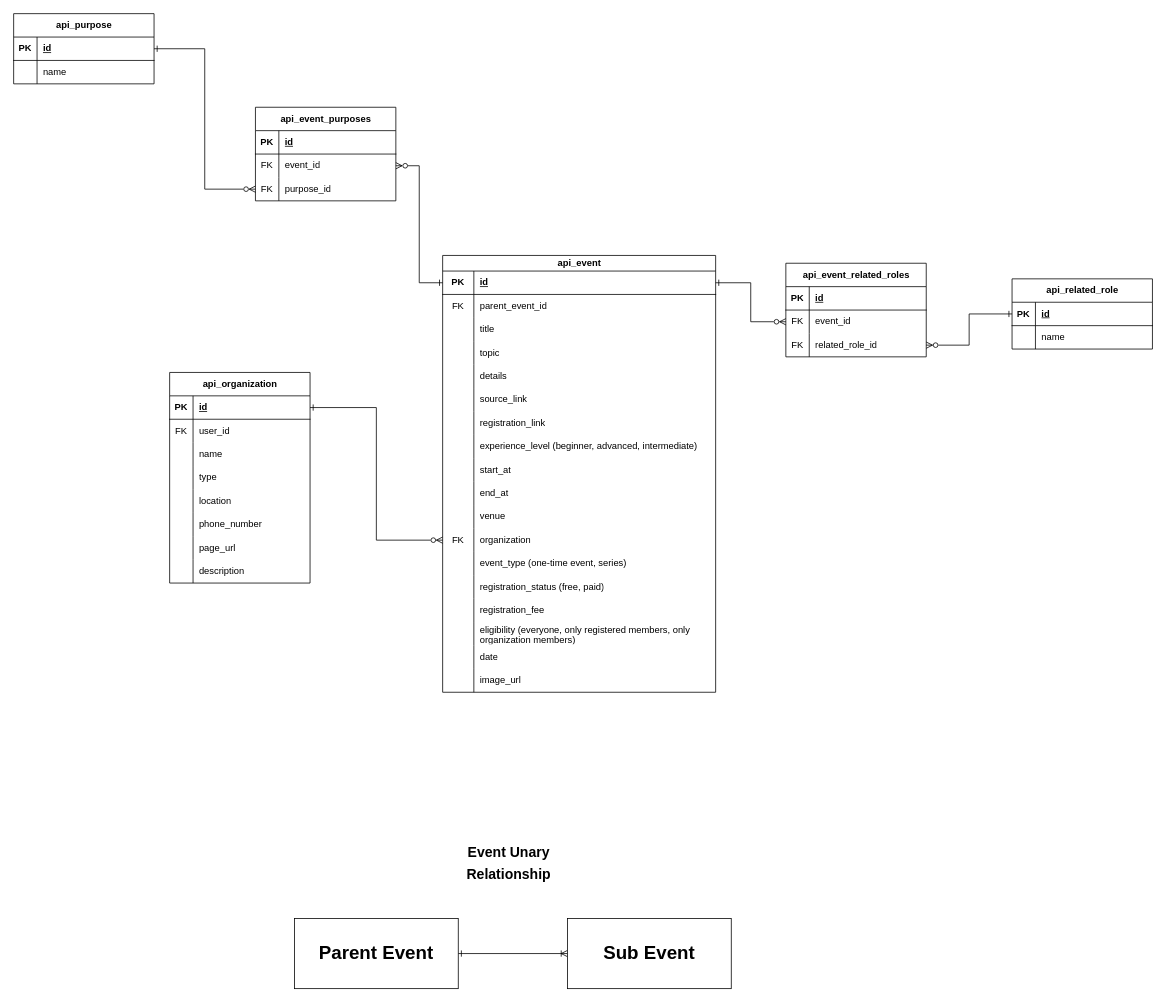
Earlier version of the draw.io diagram page "Events" (1 of 4) of 2Gether.drawio (RHILIUS/drawio). Source tidied: cells renumbered, new cells numbered last; positions are measured from the earlier drawing's top-left corner, leaving out a move shared by most shapes. Both pictures are drawn from the tidied source at 78%, with x=0, y=0 at pixel (13, 13).
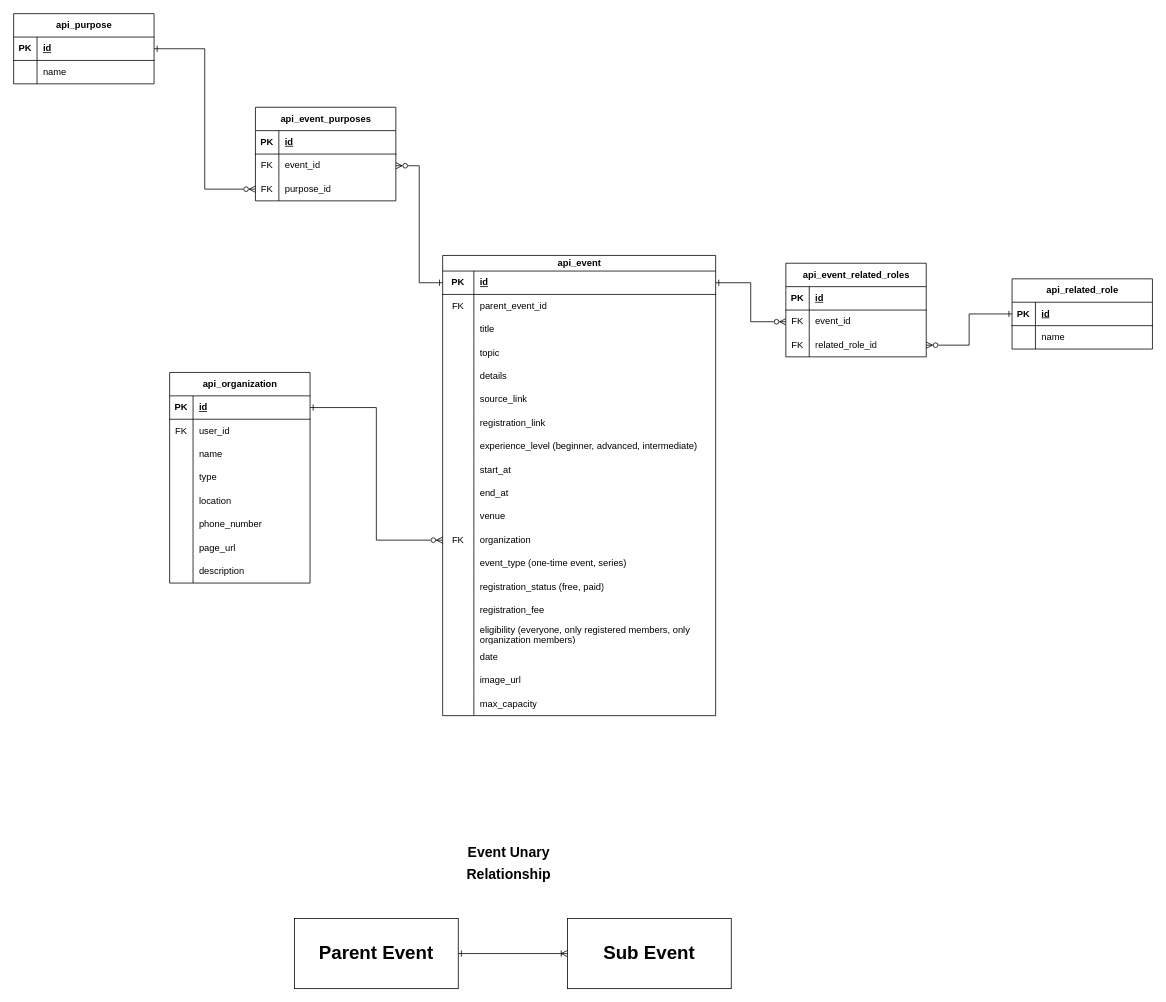
Above is the later version.

Change to the diagram source:
```diff
@@
     <mxCell id="2" value="api_event" style="shape=table;startSize=20;childLayout=tableLayout;rowLines=0;fontStyle=1;align=center;html=1;" parent="1" vertex="1">
-      <mxGeometry x="550" y="310" width="350" height="560" as="geometry" />
+      <mxGeometry x="550" y="310" width="350" height="590" as="geometry" />
     </mxCell>
@@
+    <mxCell id="125" style="shape=tableRow;horizontal=0;startSize=0;swimlaneHead=0;swimlaneBody=0;fillColor=none;top=0;left=0;right=0;bottom=0;" parent="2" vertex="1">
+      <mxGeometry y="560" width="350" height="30" as="geometry" />
+    </mxCell>
+    <mxCell id="126" style="shape=partialRectangle;fillColor=none;top=0;left=0;bottom=0;right=0;overflow=hidden;whiteSpace=wrap;html=1;" parent="125" vertex="1">
+      <mxGeometry width="40" height="30" as="geometry" />
+    </mxCell>
+    <mxCell id="127" value="max_capacity" style="shape=partialRectangle;fillColor=none;top=0;left=0;bottom=0;right=0;align=left;spacingLeft=6;overflow=hidden;whiteSpace=wrap;html=1;" parent="125" vertex="1">
+      <mxGeometry x="40" width="310" height="30" as="geometry" />
+    </mxCell>
```
